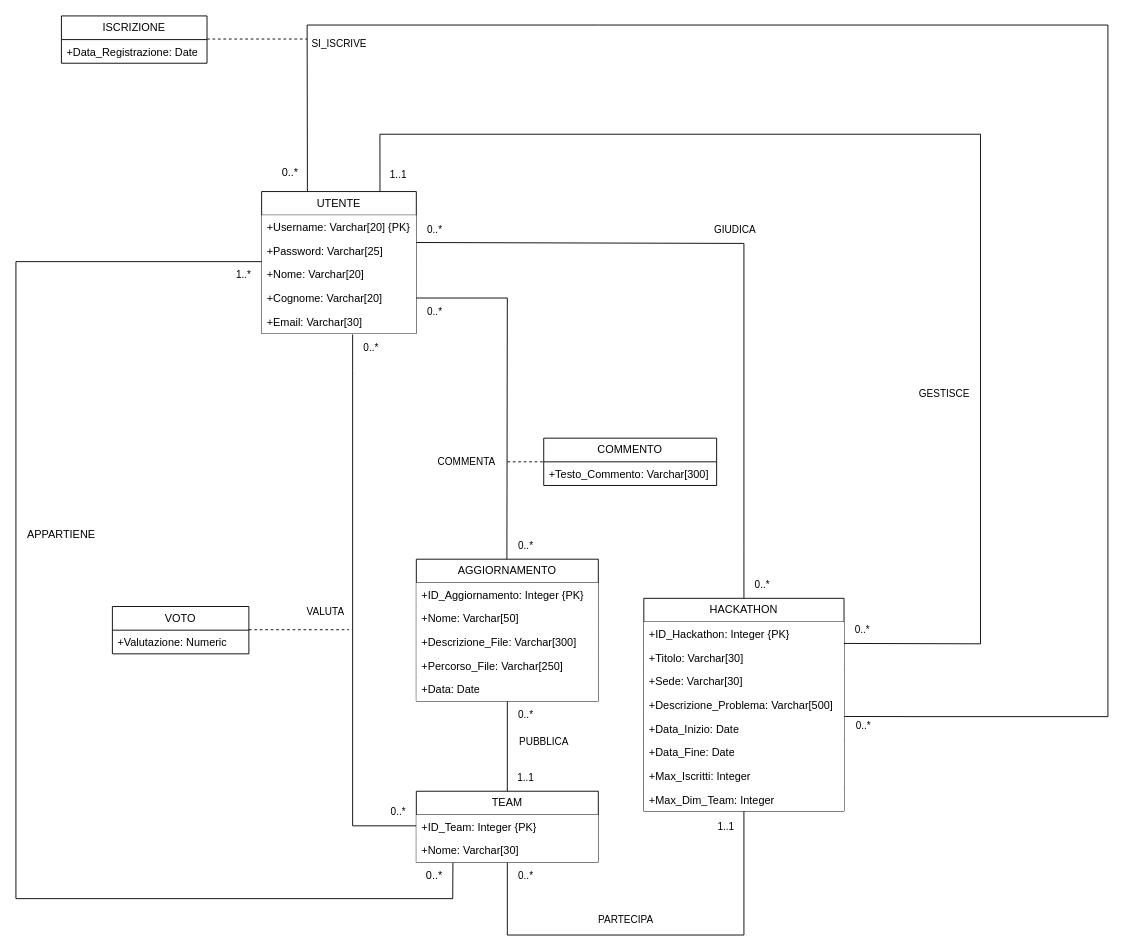
Before: Diagramma Hackathon Ristrutturato.drawio in galetizia/Progetto-DB, a draw.io diagram. Source tidied: cells renumbered, new cells numbered last; positions are measured from the earlier drawing's top-left corner, leaving out a move shared by most shapes. Both pictures are drawn from the tidied source at 91%, with x=0, y=0 at pixel (15, 15).
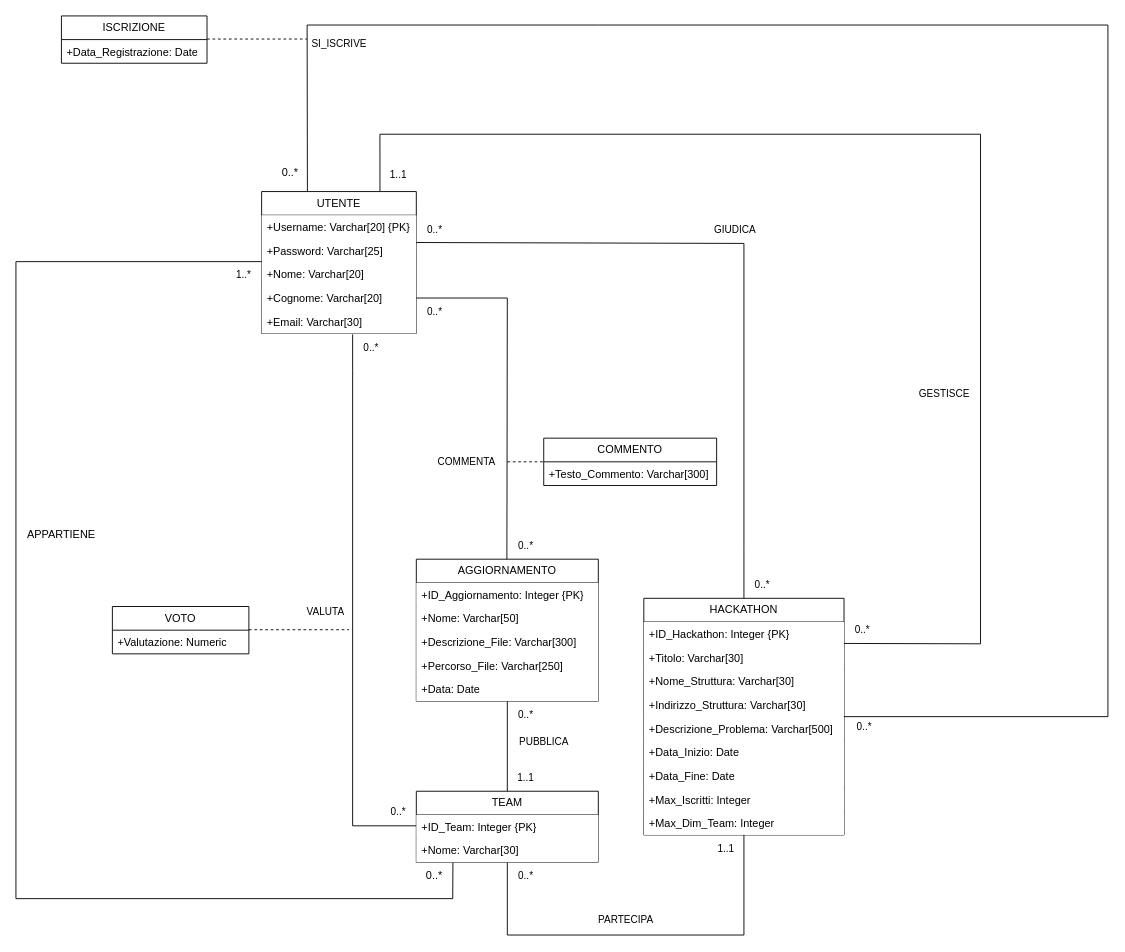
The same page after the edit.

Commit message (it also covers changes not shown here):
Aggiornata documentazione, aggiunto in hackathon il nome della struttura e l indirizzo come attributi, aggiornato sia diagramma che DB

Unchanged cells that the change refers to:
```xml
<mxCell id="2" value="UTENTE" style="swimlane;fontStyle=0;horizontal=1;startSize=26;fillColor=default;whiteSpace=wrap;html=1;" parent="1" vertex="1">
  <mxGeometry x="270" y="193" width="170" height="156" as="geometry" />
</mxCell>
```

What changed in the source:
```diff
@@
     <mxCell id="11" value="HACKATHON" style="swimlane;fontStyle=0;horizontal=1;startSize=26;fillColor=default;whiteSpace=wrap;html=1;" parent="1" vertex="1">
-      <mxGeometry x="690" y="640" width="220" height="234" as="geometry" />
+      <mxGeometry x="690" y="640" width="220" height="260" as="geometry" />
     </mxCell>
@@
-    <mxCell id="14" value="+Sede: Varchar[30]" style="text;strokeColor=none;fillColor=default;align=left;verticalAlign=top;spacingLeft=4;spacingRight=4;overflow=hidden;whiteSpace=wrap;html=1;" parent="11" vertex="1">
+    <mxCell id="14" value="+Nome_Struttura: Varchar[30]" style="text;strokeColor=none;fillColor=default;align=left;verticalAlign=top;spacingLeft=4;spacingRight=4;overflow=hidden;whiteSpace=wrap;html=1;" parent="11" vertex="1">
       <mxGeometry y="78" width="220" height="26" as="geometry" />
     </mxCell>
-    <mxCell id="15" value="+Descrizione_Problema: Varchar[500]" style="text;strokeColor=none;fillColor=default;align=left;verticalAlign=top;spacingLeft=4;spacingRight=4;overflow=hidden;whiteSpace=wrap;html=1;" parent="11" vertex="1">
+    <mxCell id="15" value="+Indirizzo_Struttura: Varchar[30]" style="text;strokeColor=none;fillColor=default;align=left;verticalAlign=top;spacingLeft=4;spacingRight=4;overflow=hidden;whiteSpace=wrap;html=1;" parent="11" vertex="1">
       <mxGeometry y="104" width="220" height="26" as="geometry" />
     </mxCell>
+    <mxCell id="67" value="+Descrizione_Problema: Varchar[500]" style="text;strokeColor=none;fillColor=default;align=left;verticalAlign=top;spacingLeft=4;spacingRight=4;overflow=hidden;whiteSpace=wrap;html=1;" parent="11" vertex="1">
+      <mxGeometry y="130" width="220" height="26" as="geometry" />
+    </mxCell>
     <mxCell id="16" value="+Data_Inizio: Date" style="text;strokeColor=none;fillColor=default;align=left;verticalAlign=top;spacingLeft=4;spacingRight=4;overflow=hidden;points=[[0,0.5],[1,0.5]];portConstraint=eastwest;whiteSpace=wrap;html=1;" parent="11" vertex="1">
-      <mxGeometry y="130" width="220" height="26" as="geometry" />
+      <mxGeometry y="156" width="220" height="26" as="geometry" />
     </mxCell>
     <mxCell id="17" value="+Data_Fine: Date" style="text;strokeColor=none;fillColor=default;align=left;verticalAlign=top;spacingLeft=4;spacingRight=4;overflow=hidden;whiteSpace=wrap;html=1;" parent="11" vertex="1">
-      <mxGeometry y="156" width="220" height="26" as="geometry" />
+      <mxGeometry y="182" width="220" height="26" as="geometry" />
     </mxCell>
     <mxCell id="18" value="+Max_Iscritti: Integer" style="text;strokeColor=none;fillColor=default;align=left;verticalAlign=top;spacingLeft=4;spacingRight=4;overflow=hidden;whiteSpace=wrap;html=1;" parent="11" vertex="1">
-      <mxGeometry y="182" width="220" height="26" as="geometry" />
+      <mxGeometry y="208" width="220" height="26" as="geometry" />
     </mxCell>
     <mxCell id="19" value="+Max_Dim_Team: Integer" style="text;strokeColor=none;fillColor=default;align=left;verticalAlign=top;spacingLeft=4;spacingRight=4;overflow=hidden;whiteSpace=wrap;html=1;" parent="11" vertex="1">
-      <mxGeometry y="208" width="220" height="26" as="geometry" />
+      <mxGeometry y="234" width="220" height="26" as="geometry" />
     </mxCell>
@@
     <mxCell id="51" value="1..1" style="text;html=1;align=center;verticalAlign=middle;strokeColor=none;fillColor=none;fontFamily=Helvetica;fontSize=11;fontColor=default;labelBackgroundColor=default;" parent="1" vertex="1">
-      <mxGeometry x="760" y="876" width="40" height="30" as="geometry" />
+      <mxGeometry x="760" y="900" width="40" height="30" as="geometry" />
     </mxCell>
@@
-    <mxCell id="53" style="endArrow=none;html=1;rounded=0;entryX=1.002;entryY=-0.006;entryDx=0;entryDy=0;entryPerimeter=0;exitX=0.296;exitY=0;exitDx=0;exitDy=0;exitPerimeter=0;" parent="1" edge="1" source="2" target="16">
+    <mxCell id="53" style="endArrow=none;html=1;rounded=0;exitX=0.296;exitY=0;exitDx=0;exitDy=0;exitPerimeter=0;" parent="1" edge="1" source="2">
       <mxGeometry relative="1" as="geometry">
+        <mxPoint x="910" y="770" as="targetPoint" />
         <Array as="points">
           <mxPoint x="320" y="10" />
           <mxPoint x="640" y="10" />
           <mxPoint x="820" y="10" />
           <mxPoint x="1200" y="10" />
           <mxPoint x="1200" y="90" />
           <mxPoint x="1200" y="390" />
           <mxPoint x="1200" y="770" />
           <mxPoint x="1000" y="770" />
         </Array>
       </mxGeometry>
     </mxCell>
@@
     <mxCell id="56" value="0..*" style="edgeLabel;html=1;align=center;verticalAlign=middle;" parent="53" vertex="1">
       <mxGeometry x="0.96" relative="1" as="geometry">
-        <mxPoint x="-23" y="10" as="offset" />
+        <mxPoint x="-21" y="10" as="offset" />
       </mxGeometry>
     </mxCell>
```
